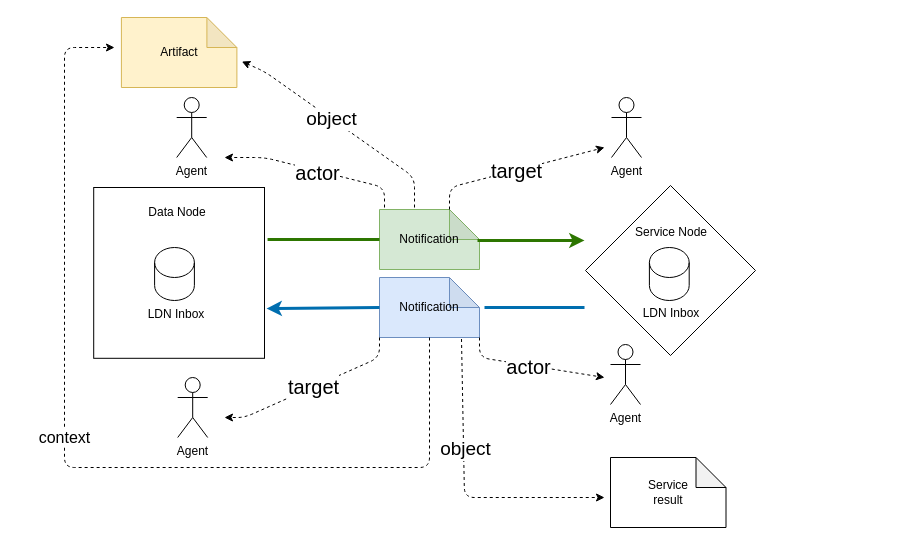
MellonScholarlyCommunication/spec-notifications keeps this draw.io diagram as diagrams/network.drawio. Above is the earlier version. Source tidied: cells renumbered, new cells numbered last; positions are measured from the earlier drawing's top-left corner, leaving out a move shared by most shapes. Both pictures are drawn from the tidied source at 100%, with x=0, y=0 at pixel (64, 17).
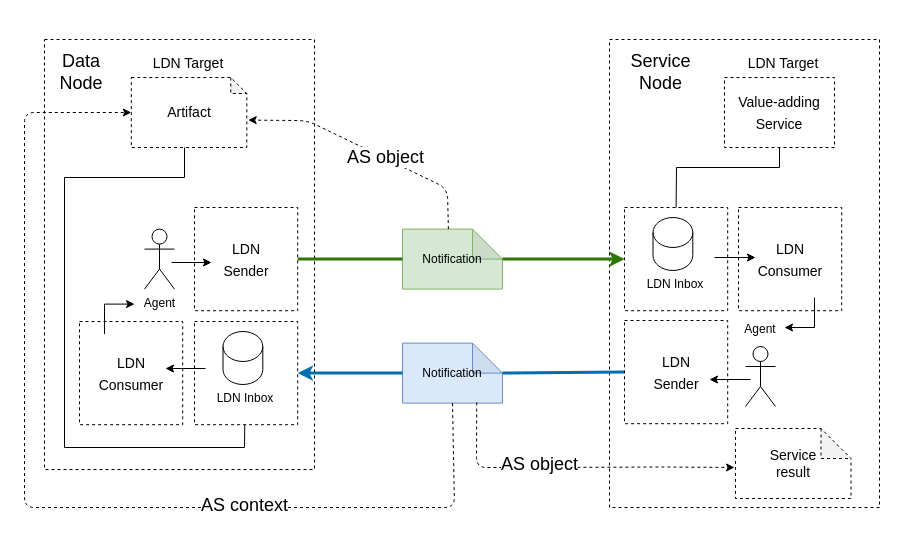
The same diagram, later.

Diff of the diagram source:
```diff
@@
-    <mxCell id="2" style="whiteSpace=wrap;html=1;" parent="1" vertex="1">
-      <mxGeometry x="29.2" y="170" width="170.8" height="170.8" as="geometry" />
-    </mxCell>
-    <mxCell id="3" style="rhombus;whiteSpace=wrap;html=1;" parent="1" vertex="1">
-      <mxGeometry x="521" y="168" width="170" height="170" as="geometry" />
-    </mxCell>
+    <mxCell id="35" style="rounded=0;whiteSpace=wrap;html=1;dashed=1;fontSize=18;fillColor=none;" parent="1" vertex="1">
+      <mxGeometry x="545" y="22" width="270" height="468" as="geometry" />
+    </mxCell>
+    <mxCell id="36" style="rounded=0;whiteSpace=wrap;html=1;dashed=1;fontSize=18;fillColor=none;" parent="1" vertex="1">
+      <mxGeometry x="-20" y="22" width="270" height="430" as="geometry" />
+    </mxCell>
     <mxCell id="4" value="Notification" style="shape=note;whiteSpace=wrap;html=1;backgroundOutline=1;darkOpacity=0.05;fillColor=#d5e8d4;strokeColor=#82b366;" parent="1" vertex="1">
-      <mxGeometry x="315" y="192" width="100" height="60" as="geometry" />
+      <mxGeometry x="338" y="211.6" width="100" height="60" as="geometry" />
     </mxCell>
-    <mxCell id="5" style="endArrow=none;html=1;rounded=0;exitX=1.018;exitY=0.305;exitDx=0;exitDy=0;entryX=0;entryY=0.5;entryDx=0;entryDy=0;entryPerimeter=0;exitPerimeter=0;strokeWidth=3;fillColor=#60a917;strokeColor=#2D7600;" parent="1" edge="1" source="2" target="4">
-      <mxGeometry relative="1" as="geometry" />
-    </mxCell>
+    <mxCell id="37" style="endArrow=none;html=1;rounded=0;strokeWidth=3;fillColor=#60a917;strokeColor=#2D7600;exitX=1;exitY=0.5;exitDx=0;exitDy=0;entryX=0;entryY=0.5;entryDx=0;entryDy=0;entryPerimeter=0;" parent="1" edge="1" source="48" target="4">
+      <mxGeometry relative="1" as="geometry" />
+    </mxCell>
-    <mxCell id="6" value="Artifact" style="shape=note;whiteSpace=wrap;html=1;backgroundOutline=1;darkOpacity=0.05;fillColor=#fff2cc;strokeColor=#d6b656;" parent="1" vertex="1">
-      <mxGeometry x="56.9" width="115.5" height="70" as="geometry" />
+    <mxCell id="6" value="&lt;font style=&quot;font-size: 14px;&quot;&gt;Artifact&lt;/font&gt;" style="shape=note;whiteSpace=wrap;html=1;backgroundOutline=1;darkOpacity=0.05;size=16;dashed=1;" parent="1" vertex="1">
+      <mxGeometry x="66.8" y="60" width="115.5" height="70" as="geometry" />
     </mxCell>
-    <mxCell id="7" value="Agent" style="shape=umlActor;verticalLabelPosition=bottom;verticalAlign=top;html=1;" parent="1" vertex="1">
-      <mxGeometry x="112.2" y="80" width="30" height="60" as="geometry" />
-    </mxCell>
-    <mxCell id="8" value="Agent" style="shape=umlActor;verticalLabelPosition=bottom;verticalAlign=top;html=1;" parent="1" vertex="1">
-      <mxGeometry x="546" y="327" width="30" height="60" as="geometry" />
-    </mxCell>
-    <mxCell id="9" style="endArrow=classic;html=1;rounded=0;entryX=0.065;entryY=0.559;entryDx=0;entryDy=0;entryPerimeter=0;strokeWidth=3;fillColor=#60a917;strokeColor=#2D7600;" parent="1" edge="1">
-      <mxGeometry relative="1" as="geometry">
-        <mxPoint x="413" y="223" as="sourcePoint" />
-        <mxPoint x="520" y="223" as="targetPoint" />
-      </mxGeometry>
-    </mxCell>
-    <mxCell id="10" style="shape=cylinder3;whiteSpace=wrap;html=1;boundedLbl=1;backgroundOutline=1;size=15;" parent="1" vertex="1">
-      <mxGeometry x="90.1" y="230" width="39.8" height="53" as="geometry" />
-    </mxCell>
-    <mxCell id="11" value="LDN Inbox" style="text;html=1;strokeColor=none;fillColor=none;align=center;verticalAlign=middle;whiteSpace=wrap;rounded=0;" parent="1" vertex="1">
-      <mxGeometry x="82.2" y="282" width="60" height="30" as="geometry" />
-    </mxCell>
-    <mxCell id="12" style="shape=cylinder3;whiteSpace=wrap;html=1;boundedLbl=1;backgroundOutline=1;size=15;" parent="1" vertex="1">
-      <mxGeometry x="584.9" y="230" width="39.8" height="53" as="geometry" />
-    </mxCell>
-    <mxCell id="13" value="LDN Inbox" style="text;html=1;strokeColor=none;fillColor=none;align=center;verticalAlign=middle;whiteSpace=wrap;rounded=0;" parent="1" vertex="1">
-      <mxGeometry x="577" y="281" width="60" height="30" as="geometry" />
-    </mxCell>
-    <mxCell id="14" style="endArrow=classic;html=1;rounded=1;entryX=1.043;entryY=0.629;entryDx=0;entryDy=0;entryPerimeter=0;dashed=1;" parent="1" edge="1" target="6">
-      <mxGeometry relative="1" as="geometry">
-        <mxPoint x="350" y="190" as="sourcePoint" />
-        <Array as="points">
-          <mxPoint x="350" y="160" />
-          <mxPoint x="200" y="54" />
-        </Array>
-      </mxGeometry>
-    </mxCell>
-    <mxCell id="15" value="&lt;font style=&quot;font-size: 19px&quot;&gt;object&lt;/font&gt;" style="edgeLabel;html=1;align=center;verticalAlign=middle;fontSize=16;" parent="14" vertex="1">
-      <mxGeometry x="0.11" y="1" relative="1" as="geometry" />
-    </mxCell>
-    <mxCell id="16" value="Data Node" style="text;html=1;strokeColor=none;fillColor=none;align=center;verticalAlign=middle;whiteSpace=wrap;rounded=0;" parent="1" vertex="1">
-      <mxGeometry x="83.2" y="180" width="60" height="30" as="geometry" />
+    <mxCell id="16" value="&lt;font style=&quot;font-size: 18px;&quot;&gt;Data &lt;br&gt;Node&lt;/font&gt;" style="text;html=1;strokeColor=none;fillColor=none;align=center;verticalAlign=middle;whiteSpace=wrap;rounded=0;" parent="1" vertex="1">
+      <mxGeometry x="-33.2" y="30" width="100" height="50" as="geometry" />
     </mxCell>
+    <mxCell id="21" value="Notification" style="shape=note;whiteSpace=wrap;html=1;backgroundOutline=1;darkOpacity=0.05;fillColor=#dae8fc;strokeColor=#6c8ebf;" parent="1" vertex="1">
+      <mxGeometry x="338" y="325.6" width="100" height="60" as="geometry" />
+    </mxCell>
+    <mxCell id="38" style="endArrow=none;html=1;rounded=0;fillColor=#1ba1e2;strokeColor=#006EAF;strokeWidth=3;entryX=0;entryY=0.5;entryDx=0;entryDy=0;exitX=0;exitY=0;exitDx=100;exitDy=30;exitPerimeter=0;" parent="1" edge="1" source="21" target="57">
+      <mxGeometry relative="1" as="geometry" />
+    </mxCell>
+    <mxCell id="39" style="endArrow=classic;html=1;rounded=0;strokeWidth=3;fillColor=#60a917;strokeColor=#2D7600;entryX=0;entryY=0.5;entryDx=0;entryDy=0;exitX=0;exitY=0;exitDx=100;exitDy=30;exitPerimeter=0;" parent="1" edge="1" source="4" target="55">
+      <mxGeometry relative="1" as="geometry" />
+    </mxCell>
+    <mxCell id="40" style="endArrow=classic;html=1;rounded=0;fillColor=#1ba1e2;strokeColor=#006EAF;strokeWidth=3;exitX=0;exitY=0.5;exitDx=0;exitDy=0;exitPerimeter=0;entryX=1;entryY=0.5;entryDx=0;entryDy=0;" parent="1" edge="1" source="21" target="47">
+      <mxGeometry relative="1" as="geometry" />
+    </mxCell>
+    <mxCell id="41" value="Agent" style="shape=umlActor;verticalLabelPosition=bottom;verticalAlign=top;html=1;" parent="1" vertex="1">
+      <mxGeometry x="80" y="211.6" width="30" height="60" as="geometry" />
+    </mxCell>
+    <mxCell id="32" value="&lt;font style=&quot;font-size: 14px;&quot;&gt;Service&lt;br&gt;result&lt;/font&gt;" style="shape=note;whiteSpace=wrap;html=1;backgroundOutline=1;darkOpacity=0.05;dashed=1;" parent="1" vertex="1">
+      <mxGeometry x="671" y="411" width="115.5" height="70" as="geometry" />
+    </mxCell>
+    <mxCell id="42" style="endArrow=classic;html=1;rounded=1;dashed=1;entryX=0.987;entryY=0.593;entryDx=0;entryDy=0;entryPerimeter=0;exitX=0.43;exitY=-0.019;exitDx=0;exitDy=0;exitPerimeter=0;" parent="1" edge="1">
+      <mxGeometry relative="1" as="geometry">
+        <mxPoint x="383.9" y="211.6" as="sourcePoint" />
+        <mxPoint x="183.7" y="102.6" as="targetPoint" />
+        <Array as="points">
+          <mxPoint x="382.9" y="171.1" />
+          <mxPoint x="242.9" y="103.1" />
+        </Array>
+      </mxGeometry>
+    </mxCell>
+    <mxCell id="43" value="&lt;font style=&quot;font-size: 18px;&quot;&gt;AS object&lt;/font&gt;" style="edgeLabel;html=1;align=center;verticalAlign=middle;" parent="42" vertex="1">
+      <mxGeometry x="0.43" y="1" relative="1" as="geometry">
+        <mxPoint x="66" y="30" as="offset" />
+      </mxGeometry>
+    </mxCell>
+    <mxCell id="44" style="group;" parent="1" vertex="1">
+      <mxGeometry x="130" y="304" width="103.2" height="103.2" as="geometry" />
+    </mxCell>
+    <mxCell id="45" style="shape=cylinder3;whiteSpace=wrap;html=1;boundedLbl=1;backgroundOutline=1;size=15;" parent="44" vertex="1">
+      <mxGeometry x="28.5" y="10" width="39.8" height="53" as="geometry" />
+    </mxCell>
+    <mxCell id="46" value="LDN Inbox" style="text;html=1;strokeColor=none;fillColor=none;align=center;verticalAlign=middle;whiteSpace=wrap;rounded=0;" parent="44" vertex="1">
+      <mxGeometry x="20.6" y="62" width="60" height="30" as="geometry" />
+    </mxCell>
+    <mxCell id="47" style="whiteSpace=wrap;html=1;dashed=1;fillColor=none;" parent="44" vertex="1">
+      <mxGeometry width="103.2" height="103.2" as="geometry" />
+    </mxCell>
+    <mxCell id="48" style="whiteSpace=wrap;html=1;dashed=1;fillColor=none;" parent="1" vertex="1">
+      <mxGeometry x="130" y="190" width="103.2" height="103.2" as="geometry" />
+    </mxCell>
+    <mxCell id="49" style="whiteSpace=wrap;html=1;dashed=1;fillColor=none;" parent="1" vertex="1">
+      <mxGeometry x="15" y="304" width="103.2" height="103.2" as="geometry" />
+    </mxCell>
+    <mxCell id="50" value="&lt;font style=&quot;font-size: 14px;&quot;&gt;LDN Sender&lt;/font&gt;" style="text;html=1;strokeColor=none;fillColor=none;align=center;verticalAlign=middle;whiteSpace=wrap;rounded=0;fontSize=18;" parent="1" vertex="1">
+      <mxGeometry x="151.6" y="226.6" width="60" height="30" as="geometry" />
+    </mxCell>
+    <mxCell id="51" value="&lt;font style=&quot;font-size: 14px;&quot;&gt;LDN&lt;br&gt;Consumer&lt;/font&gt;" style="text;html=1;strokeColor=none;fillColor=none;align=center;verticalAlign=middle;whiteSpace=wrap;rounded=0;fontSize=18;" parent="1" vertex="1">
+      <mxGeometry x="36.6" y="340.6" width="60" height="30" as="geometry" />
+    </mxCell>
-    <mxCell id="17" value="Service Node" style="text;html=1;strokeColor=none;fillColor=none;align=center;verticalAlign=middle;whiteSpace=wrap;rounded=0;" parent="1" vertex="1">
-      <mxGeometry x="567" y="200" width="80" height="30" as="geometry" />
+    <mxCell id="17" value="&lt;font style=&quot;font-size: 18px;&quot;&gt;Service &lt;br&gt;Node&lt;/font&gt;" style="text;html=1;strokeColor=none;fillColor=none;align=center;verticalAlign=middle;whiteSpace=wrap;rounded=0;" parent="1" vertex="1">
+      <mxGeometry x="539" y="30" width="114.5" height="50" as="geometry" />
     </mxCell>
-    <mxCell id="18" style="endArrow=classic;html=1;rounded=1;dashed=1;" parent="1" edge="1">
-      <mxGeometry relative="1" as="geometry">
-        <mxPoint x="320" y="190" as="sourcePoint" />
-        <mxPoint x="160" y="140" as="targetPoint" />
-        <Array as="points">
-          <mxPoint x="320" y="170" />
-          <mxPoint x="200" y="140" />
-        </Array>
-      </mxGeometry>
-    </mxCell>
-    <mxCell id="19" value="&lt;font style=&quot;font-size: 20px&quot;&gt;actor&lt;/font&gt;" style="edgeLabel;html=1;align=center;verticalAlign=middle;" parent="18" vertex="1">
-      <mxGeometry x="-0.03" y="1" relative="1" as="geometry" />
-    </mxCell>
-    <mxCell id="20" value="&lt;font style=&quot;font-size: 20px&quot;&gt;target&lt;/font&gt;" style="endArrow=classic;html=1;rounded=1;dashed=1;exitX=0;exitY=0;exitDx=70;exitDy=0;exitPerimeter=0;" parent="1" edge="1" source="4">
-      <mxGeometry relative="1" as="geometry">
-        <mxPoint x="540" y="130" as="targetPoint" />
-        <Array as="points">
-          <mxPoint x="385" y="170" />
-        </Array>
-      </mxGeometry>
-    </mxCell>
-    <mxCell id="21" value="Notification" style="shape=note;whiteSpace=wrap;html=1;backgroundOutline=1;darkOpacity=0.05;fillColor=#dae8fc;strokeColor=#6c8ebf;" parent="1" vertex="1">
-      <mxGeometry x="315" y="260" width="100" height="60" as="geometry" />
-    </mxCell>
-    <mxCell id="22" style="endArrow=none;html=1;rounded=0;fillColor=#1ba1e2;strokeColor=#006EAF;strokeWidth=3;" parent="1" edge="1">
-      <mxGeometry relative="1" as="geometry">
-        <mxPoint x="420" y="290" as="sourcePoint" />
-        <mxPoint x="520" y="290" as="targetPoint" />
-      </mxGeometry>
-    </mxCell>
-    <mxCell id="23" style="endArrow=classic;html=1;rounded=0;exitX=0;exitY=0.5;exitDx=0;exitDy=0;exitPerimeter=0;entryX=1.012;entryY=0.709;entryDx=0;entryDy=0;entryPerimeter=0;fillColor=#1ba1e2;strokeColor=#006EAF;strokeWidth=3;" parent="1" edge="1" source="21" target="2">
-      <mxGeometry relative="1" as="geometry" />
-    </mxCell>
-    <mxCell id="24" style="endArrow=classic;html=1;rounded=1;dashed=1;exitX=0.5;exitY=1;exitDx=0;exitDy=0;exitPerimeter=0;" parent="1" edge="1" source="21">
-      <mxGeometry relative="1" as="geometry">
-        <mxPoint x="50" y="30" as="targetPoint" />
-        <Array as="points">
-          <mxPoint x="365" y="340" />
-          <mxPoint x="365" y="450" />
-          <mxPoint y="450" />
-          <mxPoint y="30" />
-        </Array>
-      </mxGeometry>
-    </mxCell>
-    <mxCell id="25" value="context" style="edgeLabel;html=1;align=center;verticalAlign=middle;fontSize=16;" parent="24" vertex="1">
-      <mxGeometry x="0.09" y="1" relative="1" as="geometry" />
-    </mxCell>
-    <mxCell id="26" value="Agent" style="shape=umlActor;verticalLabelPosition=bottom;verticalAlign=top;html=1;" parent="1" vertex="1">
-      <mxGeometry x="113.2" y="360" width="30" height="60" as="geometry" />
-    </mxCell>
-    <mxCell id="27" value="Agent" style="shape=umlActor;verticalLabelPosition=bottom;verticalAlign=top;html=1;" parent="1" vertex="1">
-      <mxGeometry x="547" y="80" width="30" height="60" as="geometry" />
-    </mxCell>
-    <mxCell id="28" style="endArrow=classic;html=1;rounded=1;dashed=1;exitX=1;exitY=1;exitDx=0;exitDy=0;exitPerimeter=0;" parent="1" edge="1" source="21">
-      <mxGeometry relative="1" as="geometry">
-        <mxPoint x="540" y="360" as="targetPoint" />
-        <Array as="points">
-          <mxPoint x="415" y="340" />
-        </Array>
-      </mxGeometry>
-    </mxCell>
-    <mxCell id="29" value="&lt;font style=&quot;font-size: 20px&quot;&gt;actor&lt;/font&gt;" style="edgeLabel;html=1;align=center;verticalAlign=middle;" parent="28" vertex="1">
-      <mxGeometry x="-0.06" y="-1" relative="1" as="geometry" />
-    </mxCell>
-    <mxCell id="30" style="endArrow=classic;html=1;rounded=1;dashed=1;exitX=0;exitY=1;exitDx=0;exitDy=0;exitPerimeter=0;" parent="1" edge="1" source="21">
-      <mxGeometry relative="1" as="geometry">
-        <mxPoint x="160" y="400" as="targetPoint" />
-        <Array as="points">
-          <mxPoint x="315" y="340" />
-          <mxPoint x="180" y="400" />
-        </Array>
-      </mxGeometry>
-    </mxCell>
-    <mxCell id="31" value="&lt;font style=&quot;font-size: 20px&quot;&gt;target&lt;/font&gt;" style="edgeLabel;html=1;align=center;verticalAlign=middle;" parent="30" vertex="1">
-      <mxGeometry x="-0.02" y="-1" relative="1" as="geometry" />
-    </mxCell>
-    <mxCell id="32" value="Service&lt;br&gt;result" style="shape=note;whiteSpace=wrap;html=1;backgroundOutline=1;darkOpacity=0.05;" parent="1" vertex="1">
-      <mxGeometry x="546" y="440" width="115.5" height="70" as="geometry" />
-    </mxCell>
-    <mxCell id="33" style="endArrow=classic;html=1;rounded=1;exitX=0.82;exitY=1.025;exitDx=0;exitDy=0;exitPerimeter=0;dashed=1;" parent="1" edge="1" source="21">
-      <mxGeometry relative="1" as="geometry">
-        <mxPoint x="540" y="480" as="targetPoint" />
-        <Array as="points">
-          <mxPoint x="400" y="480" />
-        </Array>
-      </mxGeometry>
-    </mxCell>
-    <mxCell id="34" value="&lt;font style=&quot;font-size: 19px&quot;&gt;object&lt;/font&gt;" style="edgeLabel;html=1;align=center;verticalAlign=middle;" parent="33" vertex="1">
-      <mxGeometry x="-0.26" y="1" relative="1" as="geometry" />
-    </mxCell>
+    <mxCell id="52" style="group;" parent="1" vertex="1">
+      <mxGeometry x="560" y="190" width="103.2" height="103.2" as="geometry" />
+    </mxCell>
+    <mxCell id="53" style="shape=cylinder3;whiteSpace=wrap;html=1;boundedLbl=1;backgroundOutline=1;size=15;" parent="52" vertex="1">
+      <mxGeometry x="28.5" y="10" width="39.8" height="53" as="geometry" />
+    </mxCell>
+    <mxCell id="54" value="LDN Inbox" style="text;html=1;strokeColor=none;fillColor=none;align=center;verticalAlign=middle;whiteSpace=wrap;rounded=0;" parent="52" vertex="1">
+      <mxGeometry x="20.6" y="62" width="60" height="30" as="geometry" />
+    </mxCell>
+    <mxCell id="55" style="whiteSpace=wrap;html=1;dashed=1;fillColor=none;" parent="52" vertex="1">
+      <mxGeometry width="103.2" height="103.2" as="geometry" />
+    </mxCell>
+    <mxCell id="56" style="endArrow=classic;html=1;rounded=0;fontSize=14;" parent="52" edge="1">
+      <mxGeometry relative="1" as="geometry">
+        <mxPoint x="90" y="50" as="sourcePoint" />
+        <mxPoint x="131" y="50" as="targetPoint" />
+      </mxGeometry>
+    </mxCell>
+    <mxCell id="57" style="whiteSpace=wrap;html=1;dashed=1;fillColor=none;" parent="1" vertex="1">
+      <mxGeometry x="560" y="303" width="103.2" height="103.2" as="geometry" />
+    </mxCell>
+    <mxCell id="58" style="whiteSpace=wrap;html=1;dashed=1;fillColor=none;" parent="1" vertex="1">
+      <mxGeometry x="674" y="190" width="103.2" height="103.2" as="geometry" />
+    </mxCell>
+    <mxCell id="59" value="&lt;font style=&quot;font-size: 14px;&quot;&gt;LDN Sender&lt;/font&gt;" style="text;html=1;strokeColor=none;fillColor=none;align=center;verticalAlign=middle;whiteSpace=wrap;rounded=0;fontSize=18;" parent="1" vertex="1">
+      <mxGeometry x="581.6" y="339.6" width="60" height="30" as="geometry" />
+    </mxCell>
+    <mxCell id="60" value="&lt;font style=&quot;font-size: 14px;&quot;&gt;LDN&lt;br&gt;Consumer&lt;/font&gt;" style="text;html=1;strokeColor=none;fillColor=none;align=center;verticalAlign=middle;whiteSpace=wrap;rounded=0;fontSize=18;" parent="1" vertex="1">
+      <mxGeometry x="695.6" y="226.6" width="60" height="30" as="geometry" />
+    </mxCell>
+    <mxCell id="61" style="endArrow=classic;html=1;rounded=1;dashed=1;exitX=0.742;exitY=0.99;exitDx=0;exitDy=0;exitPerimeter=0;" parent="1" edge="1" source="21">
+      <mxGeometry relative="1" as="geometry">
+        <mxPoint x="670" y="450" as="targetPoint" />
+        <Array as="points">
+          <mxPoint x="412" y="450" />
+          <mxPoint x="480" y="450" />
+          <mxPoint x="600" y="449.5" />
+        </Array>
+      </mxGeometry>
+    </mxCell>
+    <mxCell id="62" value="AS object" style="edgeLabel;html=1;align=center;verticalAlign=middle;fontSize=18;" parent="61" vertex="1">
+      <mxGeometry x="-0.02" y="3" relative="1" as="geometry">
+        <mxPoint x="-30" as="offset" />
+      </mxGeometry>
+    </mxCell>
+    <mxCell id="63" style="endArrow=classic;html=1;rounded=1;dashed=1;exitX=0.5;exitY=1;exitDx=0;exitDy=0;exitPerimeter=0;entryX=0;entryY=0.5;entryDx=0;entryDy=0;entryPerimeter=0;" parent="1" edge="1" source="21" target="6">
+      <mxGeometry relative="1" as="geometry">
+        <Array as="points">
+          <mxPoint x="390" y="490" />
+          <mxPoint x="-40" y="490" />
+          <mxPoint x="-40" y="95" />
+        </Array>
+      </mxGeometry>
+    </mxCell>
+    <mxCell id="64" value="AS context" style="edgeLabel;html=1;align=center;verticalAlign=middle;fontSize=18;" parent="63" vertex="1">
+      <mxGeometry x="-0.36" y="-3" relative="1" as="geometry">
+        <mxPoint x="17" as="offset" />
+      </mxGeometry>
+    </mxCell>
+    <mxCell id="65" style="shape=umlActor;verticalLabelPosition=bottom;verticalAlign=top;html=1;" parent="1" vertex="1">
+      <mxGeometry x="681" y="329" width="30" height="60" as="geometry" />
+    </mxCell>
+    <mxCell id="66" value="&lt;font style=&quot;font-size: 14px;&quot;&gt;LDN Target&lt;/font&gt;" style="text;html=1;strokeColor=none;fillColor=none;align=center;verticalAlign=middle;whiteSpace=wrap;rounded=0;fontSize=18;" parent="1" vertex="1">
+      <mxGeometry x="65.4" y="30" width="118.4" height="30" as="geometry" />
+    </mxCell>
+    <mxCell id="67" style="endArrow=none;html=1;rounded=0;fontSize=18;exitX=0.487;exitY=1;exitDx=0;exitDy=0;exitPerimeter=0;" parent="1" edge="1" source="47">
+      <mxGeometry relative="1" as="geometry">
+        <mxPoint x="120" y="130" as="targetPoint" />
+        <Array as="points">
+          <mxPoint x="180" y="430" />
+          <mxPoint y="430" />
+          <mxPoint y="160" />
+          <mxPoint x="120" y="160" />
+        </Array>
+      </mxGeometry>
+    </mxCell>
+    <mxCell id="68" value="&lt;font style=&quot;font-size: 14px;&quot;&gt;LDN Target&lt;/font&gt;" style="text;html=1;strokeColor=none;fillColor=none;align=center;verticalAlign=middle;whiteSpace=wrap;rounded=0;fontSize=18;" parent="1" vertex="1">
+      <mxGeometry x="660" y="30" width="118.4" height="30" as="geometry" />
+    </mxCell>
+    <mxCell id="69" value="&lt;font style=&quot;font-size: 14px;&quot;&gt;Value-adding&lt;br&gt;Service&lt;/font&gt;" style="rounded=0;whiteSpace=wrap;html=1;dashed=1;fontSize=18;" parent="1" vertex="1">
+      <mxGeometry x="660" y="60" width="110" height="70" as="geometry" />
+    </mxCell>
+    <mxCell id="70" style="endArrow=none;html=1;rounded=0;fontSize=18;entryX=0.5;entryY=1;entryDx=0;entryDy=0;exitX=0.5;exitY=0;exitDx=0;exitDy=0;" parent="1" edge="1" source="55" target="69">
+      <mxGeometry relative="1" as="geometry">
+        <Array as="points">
+          <mxPoint x="612" y="150" />
+          <mxPoint x="715" y="150" />
+        </Array>
+      </mxGeometry>
+    </mxCell>
+    <mxCell id="71" style="endArrow=classic;html=1;rounded=0;fontSize=14;exitX=0.291;exitY=0.349;exitDx=0;exitDy=0;exitPerimeter=0;" parent="1" edge="1">
+      <mxGeometry relative="1" as="geometry">
+        <mxPoint x="141" y="351" as="sourcePoint" />
+        <mxPoint x="101" y="351" as="targetPoint" />
+      </mxGeometry>
+    </mxCell>
+    <mxCell id="72" style="endArrow=classic;html=1;rounded=0;fontSize=14;exitX=0.291;exitY=0.349;exitDx=0;exitDy=0;exitPerimeter=0;" parent="1" edge="1">
+      <mxGeometry relative="1" as="geometry">
+        <mxPoint x="107" y="245" as="sourcePoint" />
+        <mxPoint x="147" y="245" as="targetPoint" />
+      </mxGeometry>
+    </mxCell>
+    <mxCell id="73" style="endArrow=classic;html=1;rounded=0;fontSize=14;" parent="1" edge="1">
+      <mxGeometry relative="1" as="geometry">
+        <mxPoint x="686" y="362" as="sourcePoint" />
+        <mxPoint x="645" y="362" as="targetPoint" />
+      </mxGeometry>
+    </mxCell>
+    <mxCell id="74" style="endArrow=classic;html=1;rounded=0;" parent="1" edge="1">
+      <mxGeometry relative="1" as="geometry">
+        <mxPoint x="40" y="316.6" as="sourcePoint" />
+        <mxPoint x="70" y="286.6" as="targetPoint" />
+        <Array as="points">
+          <mxPoint x="40" y="286.6" />
+        </Array>
+      </mxGeometry>
+    </mxCell>
+    <mxCell id="75" style="endArrow=classic;html=1;rounded=0;" parent="1" edge="1">
+      <mxGeometry relative="1" as="geometry">
+        <mxPoint x="750" y="280" as="sourcePoint" />
+        <mxPoint x="720" y="310" as="targetPoint" />
+        <Array as="points">
+          <mxPoint x="750" y="310" />
+        </Array>
+      </mxGeometry>
+    </mxCell>
+    <mxCell id="76" value="Agent" style="text;html=1;strokeColor=none;fillColor=none;align=center;verticalAlign=middle;whiteSpace=wrap;rounded=0;" parent="1" vertex="1">
+      <mxGeometry x="666" y="297.2" width="60" height="30" as="geometry" />
+    </mxCell>
```
